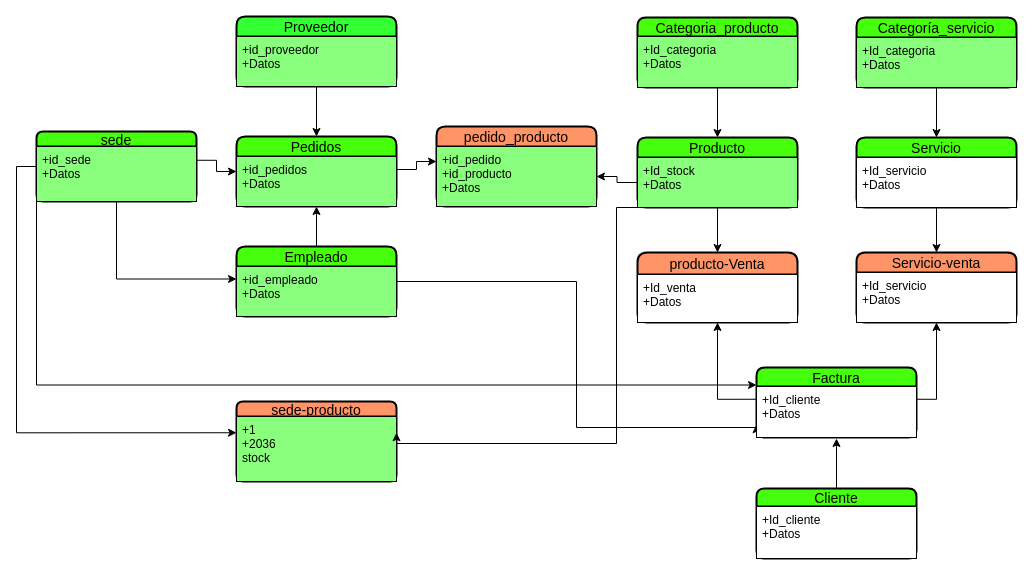
This is Diagrama sin título.drawio from MikhersAgustiniana/Diagrama-MER, a draw.io file, before an edit. Source tidied: cells renumbered, new cells numbered last; positions are measured from the earlier drawing's top-left corner, leaving out a move shared by most shapes. Both pictures are drawn from the tidied source at 100%, with x=0, y=0 at pixel (36, 16).
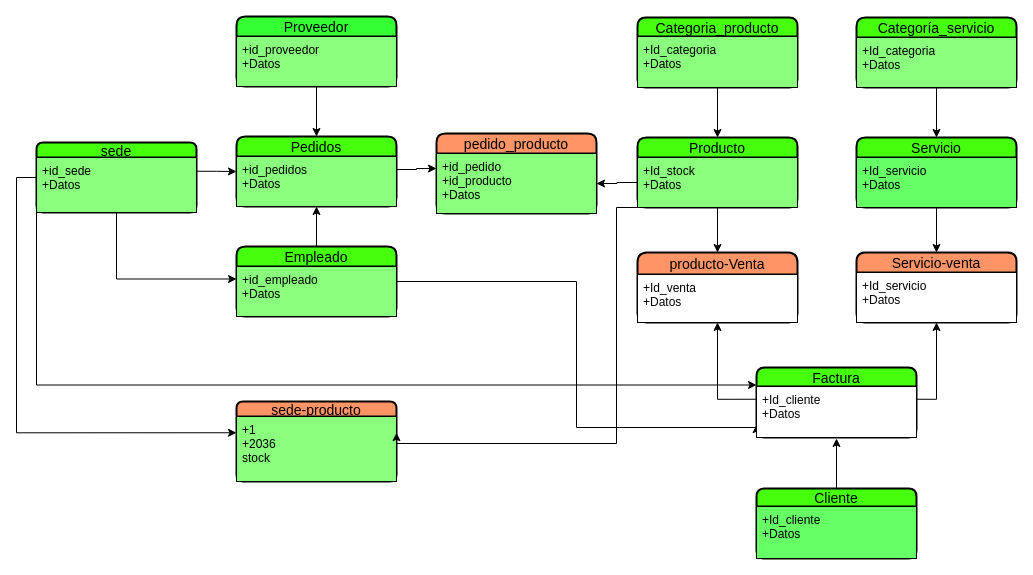
The same page after the edit.

Unchanged cells that the change refers to:
```xml
<mxCell id="23" value="Cliente" style="swimlane;horizontal=1;startSize=18;rounded=1;fontSize=14;fontStyle=0;strokeWidth=2;shadow=0;dashed=0;align=center;fillColor=#45FF0D;strokeColor=#000000;" parent="1" vertex="1">
  <mxGeometry x="720" y="472" width="160" height="70" as="geometry" />
</mxCell>
<mxCell id="38" value="Servicio" style="swimlane;horizontal=1;startSize=20;rounded=1;fontSize=14;fontStyle=0;strokeWidth=2;shadow=0;dashed=0;align=center;fillColor=#45FF0D;strokeColor=#000000;" parent="1" vertex="1">
  <mxGeometry x="820" y="121" width="160" height="70" as="geometry" />
</mxCell>
```

Diff of the diagram source:
```diff
@@
     <mxCell id="11" value="pedido_producto" style="swimlane;horizontal=1;startSize=20;rounded=1;fontSize=14;fontStyle=0;strokeWidth=2;shadow=0;dashed=0;align=center;fillColor=#FF9466;strokeColor=#000000;" parent="1" vertex="1">
-      <mxGeometry x="400" y="110" width="160" height="80" as="geometry" />
+      <mxGeometry x="400" y="117" width="160" height="80" as="geometry" />
     </mxCell>
@@
-    <mxCell id="24" value="+Id_cliente&#10;+Datos" style="align=left;strokeColor=#000000;fillColor=#FFFFFF;spacingLeft=4;fontSize=12;verticalAlign=top;" parent="23" vertex="1">
+    <mxCell id="24" value="+Id_cliente&#10;+Datos" style="align=left;strokeColor=#000000;fillColor=#66FF66;spacingLeft=4;fontSize=12;verticalAlign=top;" parent="23" vertex="1">
       <mxGeometry y="18" width="160" height="52" as="geometry" />
     </mxCell>
@@
     <mxCell id="32" value="sede" style="swimlane;horizontal=1;startSize=15;rounded=1;fontSize=14;fontStyle=0;strokeWidth=2;shadow=0;dashed=0;align=center;fillColor=#45FF0D;strokeColor=#000000;" parent="1" vertex="1">
-      <mxGeometry y="115" width="160" height="70" as="geometry" />
+      <mxGeometry y="126" width="160" height="70" as="geometry" />
     </mxCell>
@@
-    <mxCell id="39" value="+Id_servicio&#10;+Datos" style="align=left;strokeColor=#000000;fillColor=#FFFFFF;spacingLeft=4;fontSize=12;verticalAlign=top;" parent="38" vertex="1">
+    <mxCell id="39" value="+Id_servicio&#10;+Datos" style="align=left;strokeColor=#000000;fillColor=#66FF66;spacingLeft=4;fontSize=12;verticalAlign=top;" parent="38" vertex="1">
       <mxGeometry y="20" width="160" height="50" as="geometry" />
     </mxCell>
```
